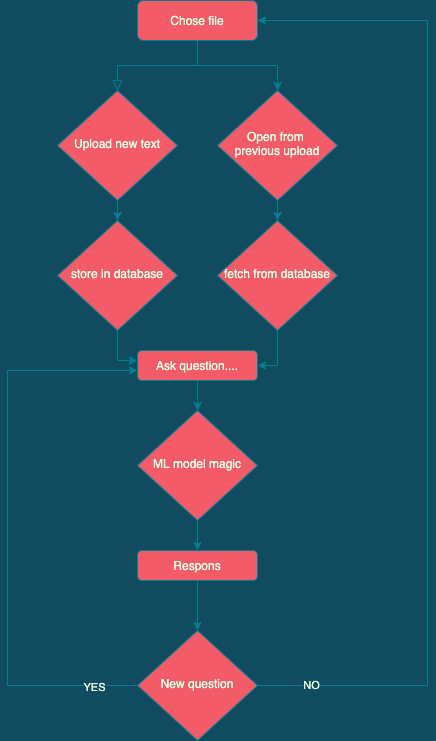
This is Flowchart.drawio.png from Legfi/CV-reader-app, a draw.io export, as it was before one commit. Source tidied: cells renumbered, new cells last; positions are measured from the earlier drawing's top-left corner, leaving out a move shared by most shapes.
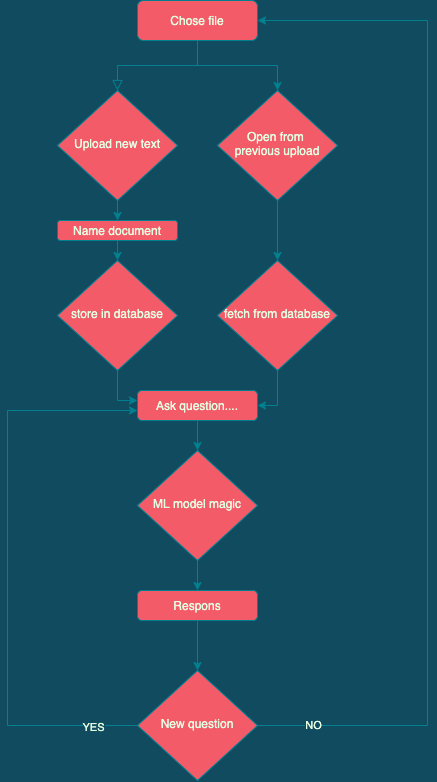
Above is the later version.

Diff of the diagram source:
```diff
@@ -9,19 +9,19 @@
       <mxGeometry relative="1" as="geometry" />
     </mxCell>
     <mxCell id="4" value="Chose file" style="rounded=1;whiteSpace=wrap;html=1;fontSize=12;glass=0;strokeWidth=1;shadow=0;fillColor=#F45B69;strokeColor=#028090;fontColor=#E4FDE1;" parent="1" vertex="1">
-      <mxGeometry x="130" width="120" height="40" as="geometry" />
+      <mxGeometry x="130" y="-40" width="120" height="40" as="geometry" />
     </mxCell>
-    <mxCell id="5" style="edgeStyle=orthogonalEdgeStyle;rounded=0;jettySize=auto;html=1;entryX=0.5;entryY=0;entryDx=0;entryDy=0;labelBackgroundColor=#114B5F;strokeColor=#028090;fontColor=#E4FDE1;" parent="1" edge="1" source="6" target="10">
-      <mxGeometry relative="1" as="geometry" />
-    </mxCell>
+    <mxCell id="25" style="edgeStyle=orthogonalEdgeStyle;curved=0;rounded=1;sketch=0;jettySize=auto;html=1;entryX=0.5;entryY=0;entryDx=0;entryDy=0;fontColor=#E4FDE1;strokeColor=#028090;fillColor=#F45B69;" parent="1" edge="1" source="6" target="27">
+      <mxGeometry relative="1" as="geometry" />
+    </mxCell>
     <mxCell id="6" value="Upload new text" style="rhombus;whiteSpace=wrap;html=1;shadow=0;fontFamily=Helvetica;fontSize=12;align=center;strokeWidth=1;spacing=6;spacingTop=-4;fillColor=#F45B69;strokeColor=#028090;fontColor=#E4FDE1;" parent="1" vertex="1">
-      <mxGeometry x="50" y="90" width="120" height="110" as="geometry" />
+      <mxGeometry x="50" y="50" width="120" height="110" as="geometry" />
     </mxCell>
     <mxCell id="7" style="edgeStyle=orthogonalEdgeStyle;rounded=0;jettySize=auto;html=1;labelBackgroundColor=#114B5F;strokeColor=#028090;fontColor=#E4FDE1;" parent="1" edge="1" source="8" target="12">
       <mxGeometry relative="1" as="geometry" />
     </mxCell>
     <mxCell id="8" value="Open from&amp;nbsp;&lt;br&gt;previous upload" style="rhombus;whiteSpace=wrap;html=1;shadow=0;fontFamily=Helvetica;fontSize=12;align=center;strokeWidth=1;spacing=6;spacingTop=-4;fillColor=#F45B69;strokeColor=#028090;fontColor=#E4FDE1;" parent="1" vertex="1">
-      <mxGeometry x="210" y="90" width="120" height="110" as="geometry" />
+      <mxGeometry x="210" y="50" width="120" height="110" as="geometry" />
     </mxCell>
     <mxCell id="9" style="edgeStyle=orthogonalEdgeStyle;rounded=0;jettySize=auto;html=1;entryX=0;entryY=0.333;entryDx=0;entryDy=0;entryPerimeter=0;labelBackgroundColor=#114B5F;strokeColor=#028090;fontColor=#E4FDE1;" parent="1" edge="1" source="10" target="15">
       <mxGeometry relative="1" as="geometry" />
@@ -55,11 +55,11 @@
     <mxCell id="18" value="Respons" style="rounded=1;whiteSpace=wrap;html=1;fillColor=#F45B69;strokeColor=#028090;fontColor=#E4FDE1;" parent="1" vertex="1">
       <mxGeometry x="130" y="550" width="120" height="30" as="geometry" />
     </mxCell>
-    <mxCell id="19" style="edgeStyle=orthogonalEdgeStyle;rounded=0;jettySize=auto;html=1;entryX=1;entryY=0.5;entryDx=0;entryDy=0;labelBackgroundColor=#114B5F;strokeColor=#028090;fontColor=#E4FDE1;" parent="1" edge="1" source="23" target="4">
+    <mxCell id="19" style="edgeStyle=orthogonalEdgeStyle;rounded=0;jettySize=auto;html=1;entryX=1;entryY=0.5;entryDx=0;entryDy=0;labelBackgroundColor=#114B5F;strokeColor=#028090;fontColor=#E4FDE1;exitX=1;exitY=0.5;exitDx=0;exitDy=0;" parent="1" edge="1" source="23" target="4">
       <mxGeometry relative="1" as="geometry">
         <Array as="points">
           <mxPoint x="420" y="685" />
-          <mxPoint x="420" y="20" />
+          <mxPoint x="420" y="-20" />
         </Array>
       </mxGeometry>
     </mxCell>
@@ -85,5 +85,11 @@
     <mxCell id="24" value="ML model magic" style="rhombus;whiteSpace=wrap;html=1;shadow=0;fontFamily=Helvetica;fontSize=12;align=center;strokeWidth=1;spacing=6;spacingTop=-4;fillColor=#F45B69;strokeColor=#028090;fontColor=#E4FDE1;" parent="1" vertex="1">
       <mxGeometry x="130" y="410" width="120" height="110" as="geometry" />
     </mxCell>
+    <mxCell id="26" style="edgeStyle=orthogonalEdgeStyle;curved=0;rounded=1;sketch=0;jettySize=auto;html=1;fontColor=#E4FDE1;strokeColor=#028090;fillColor=#F45B69;entryX=0.5;entryY=0;entryDx=0;entryDy=0;" parent="1" edge="1" source="27" target="10">
+      <mxGeometry relative="1" as="geometry" />
+    </mxCell>
+    <mxCell id="27" value="Name document" style="rounded=1;whiteSpace=wrap;html=1;sketch=0;fontColor=#E4FDE1;strokeColor=#028090;fillColor=#F45B69;" parent="1" vertex="1">
+      <mxGeometry x="50" y="180" width="120" height="20" as="geometry" />
+    </mxCell>
   </root>
 </mxGraphModel>
```
